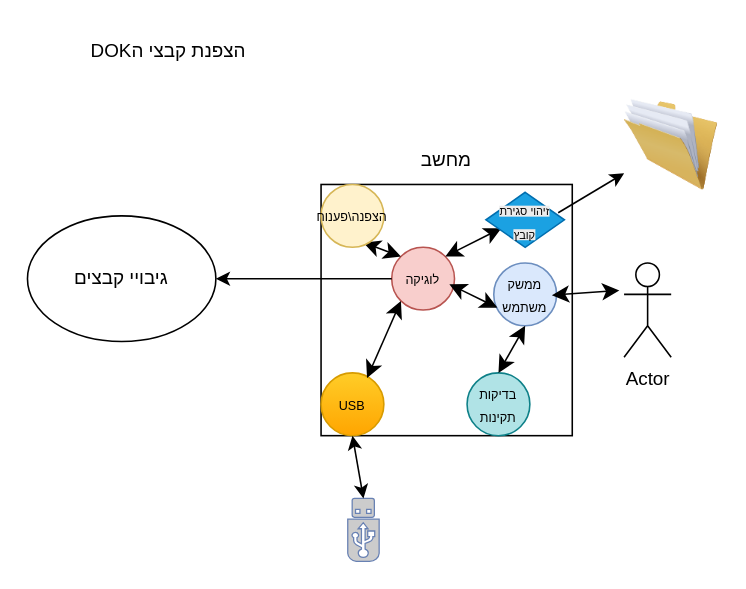
Before: draws/draw actions/DOKהצפנת קבצי ה.drawio in Eyalen22/Project, a draw.io diagram. Source tidied: cells renumbered, new cells numbered last; positions are measured from the earlier drawing's top-left corner, leaving out a move shared by most shapes. Both pictures are drawn from the tidied source at 157%, with x=0, y=0 at pixel (27, 27).
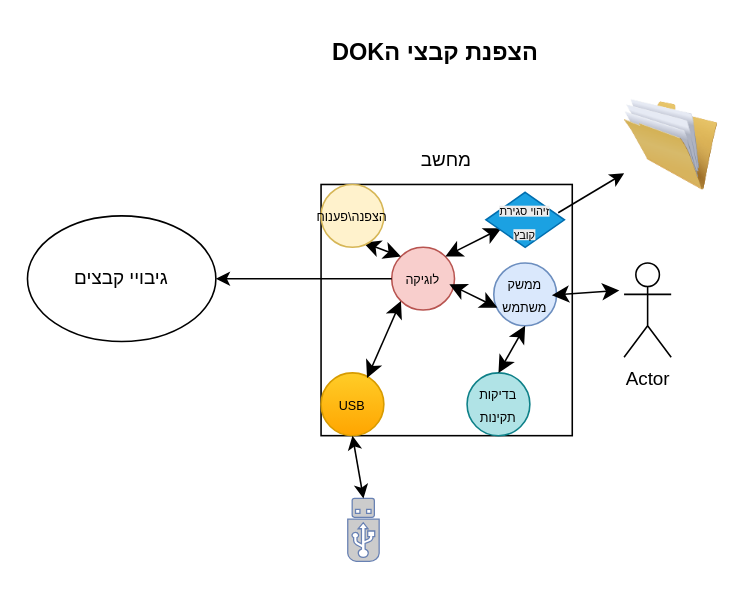
After the change.

The edit, as a diff of the source:
```diff
@@
-    <mxCell id="2" value="DOKהצפנת קבצי ה" style="text;html=1;whiteSpace=wrap;strokeColor=none;fillColor=none;align=center;verticalAlign=middle;rounded=0;" parent="1" vertex="1">
-      <mxGeometry width="180" height="30" as="geometry" />
+    <mxCell id="2" value="&lt;font style=&quot;font-size: 15px;&quot;&gt;&lt;b&gt;DOKהצפנת קבצי ה&lt;/b&gt;&lt;/font&gt;" style="text;html=1;whiteSpace=wrap;strokeColor=none;fillColor=none;align=center;verticalAlign=middle;rounded=0;" parent="1" vertex="1">
+      <mxGeometry x="170" width="180" height="30" as="geometry" />
     </mxCell>
```
